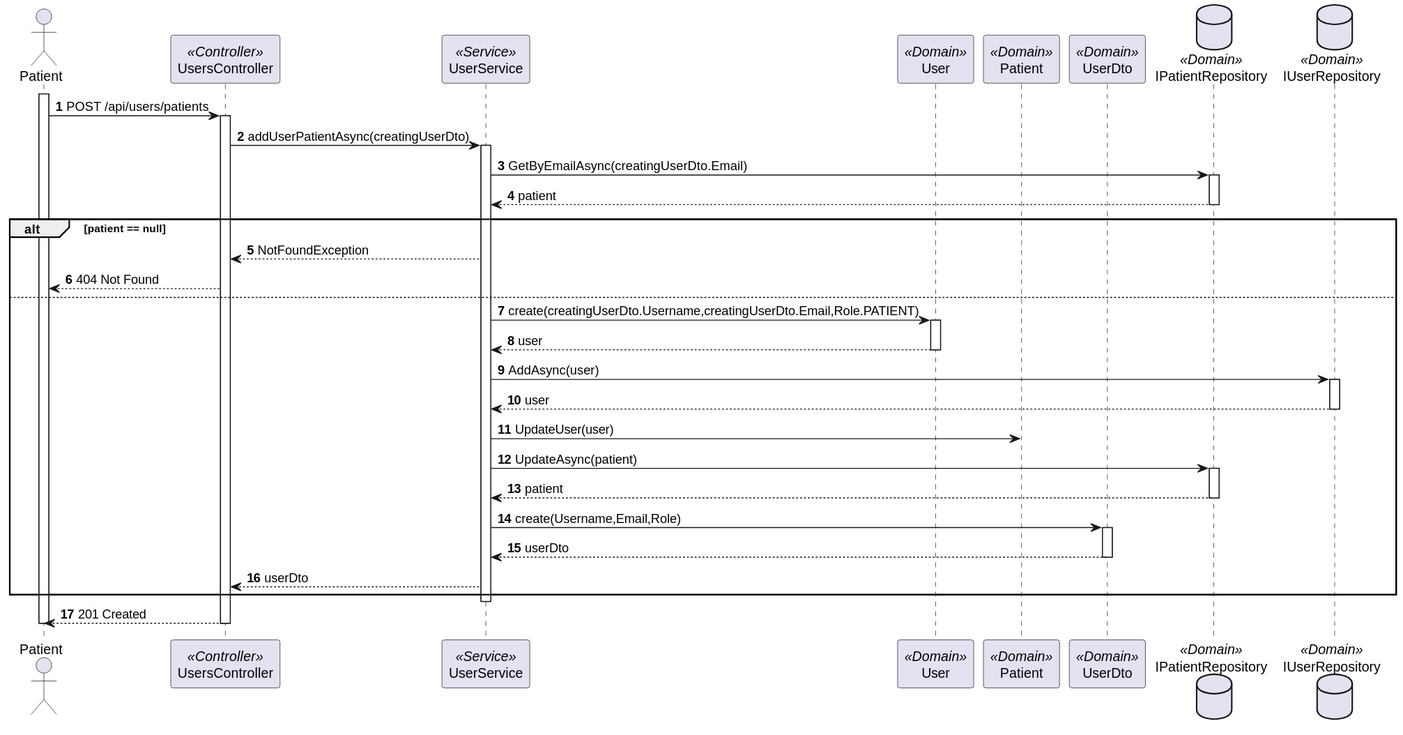
The PlantUML diagram docs/sprint-a/us-5.1.3/views/level3/process-view-2.svg in 1220846/sem5pi-24-25-3ddg20, before a commit.
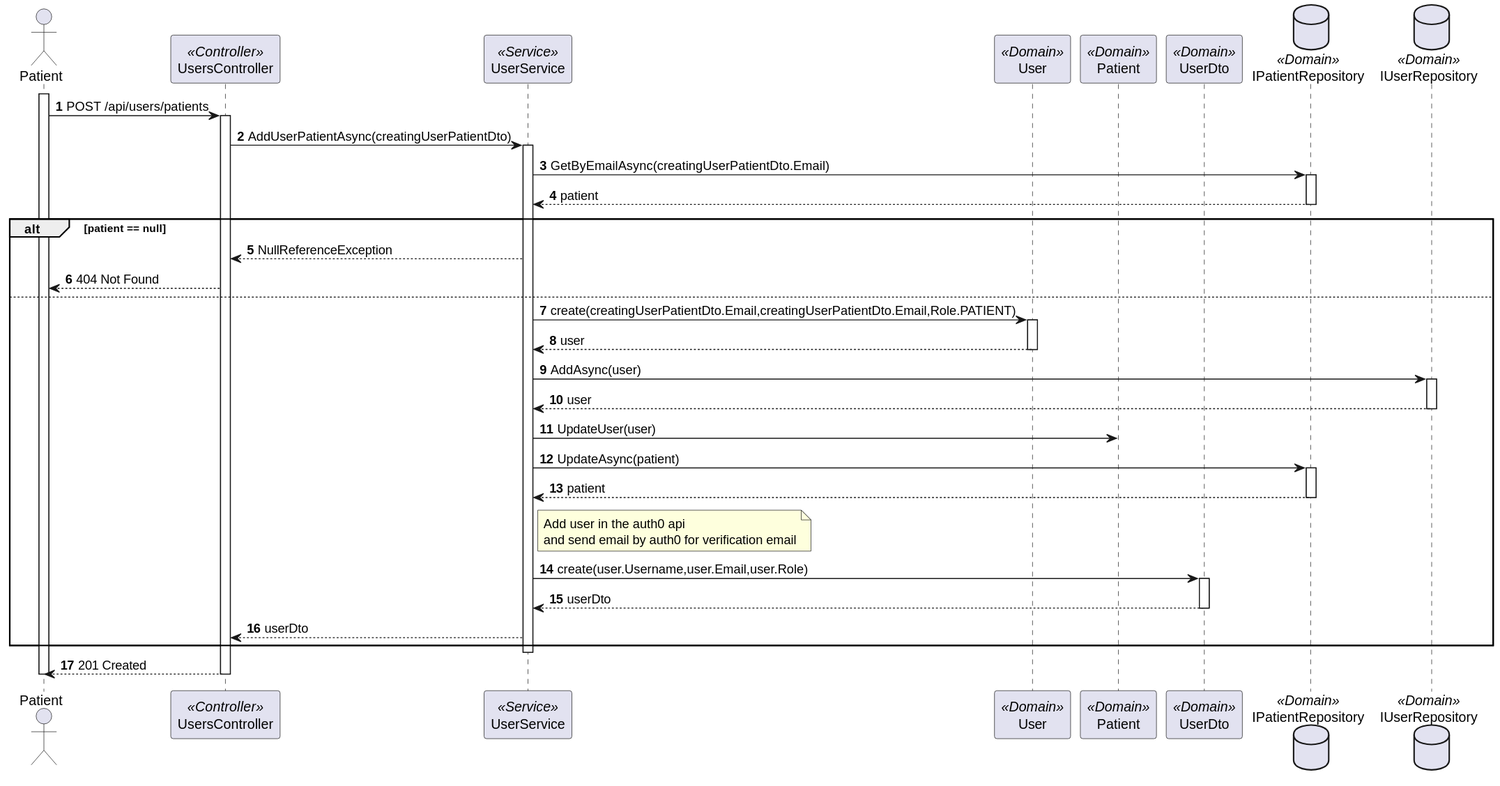
After the change.

The edit, as a diff of the source:
```diff
@@ -16,11 +16,11 @@
 
     activate Controller
 
-        Controller -> Service : addUserPatientAsync(creatingUserDto)
+        Controller -> Service : AddUserPatientAsync(creatingUserPatientDto)
 
         activate Service
 
-            Service -> PatientRepository : GetByEmailAsync(creatingUserDto.Email)
+            Service -> PatientRepository : GetByEmailAsync(creatingUserPatientDto.Email)
 
             activate PatientRepository
 
@@ -30,13 +30,13 @@
 
             alt patient == null
 
-                Service --> Controller : NotFoundException
+                Service --> Controller : NullReferenceException
 
                 PatientActor <-- Controller : 404 Not Found
 
             else
 
-                Service -> User : create(creatingUserDto.Username,creatingUserDto.Email,Role.PATIENT)
+                Service -> User : create(creatingUserPatientDto.Email,creatingUserPatientDto.Email,Role.PATIENT)
 
                 activate User
 
@@ -62,7 +62,9 @@
 
                 deactivate PatientRepository
 
-                Service -> UserDto : create(Username,Email,Role)
+                Note  right of Service: Add user in the auth0 api \nand send email by auth0 for verification email
+
+                Service -> UserDto : create(user.Username,user.Email,user.Role)
 
                 activate UserDto
 
```
